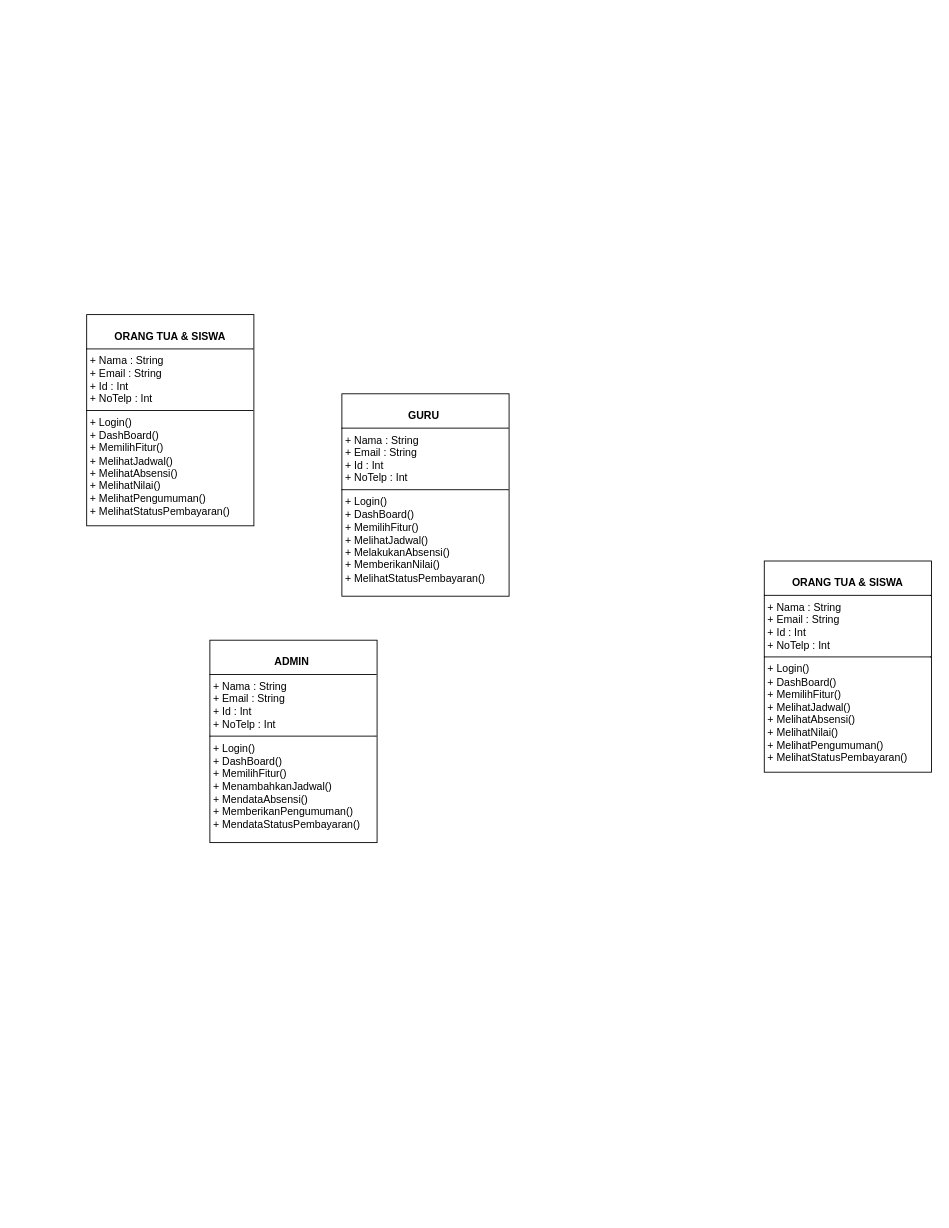
Above: newclassdiagram.drawio in DekJus/kakajaja (draw.io), before the change. Source tidied: cells renumbered, new cells numbered last; positions are measured from the earlier drawing's top-left corner, leaving out a move shared by most shapes. Both pictures are drawn from the tidied source at 88%, with x=0, y=0 at pixel (86, 314).
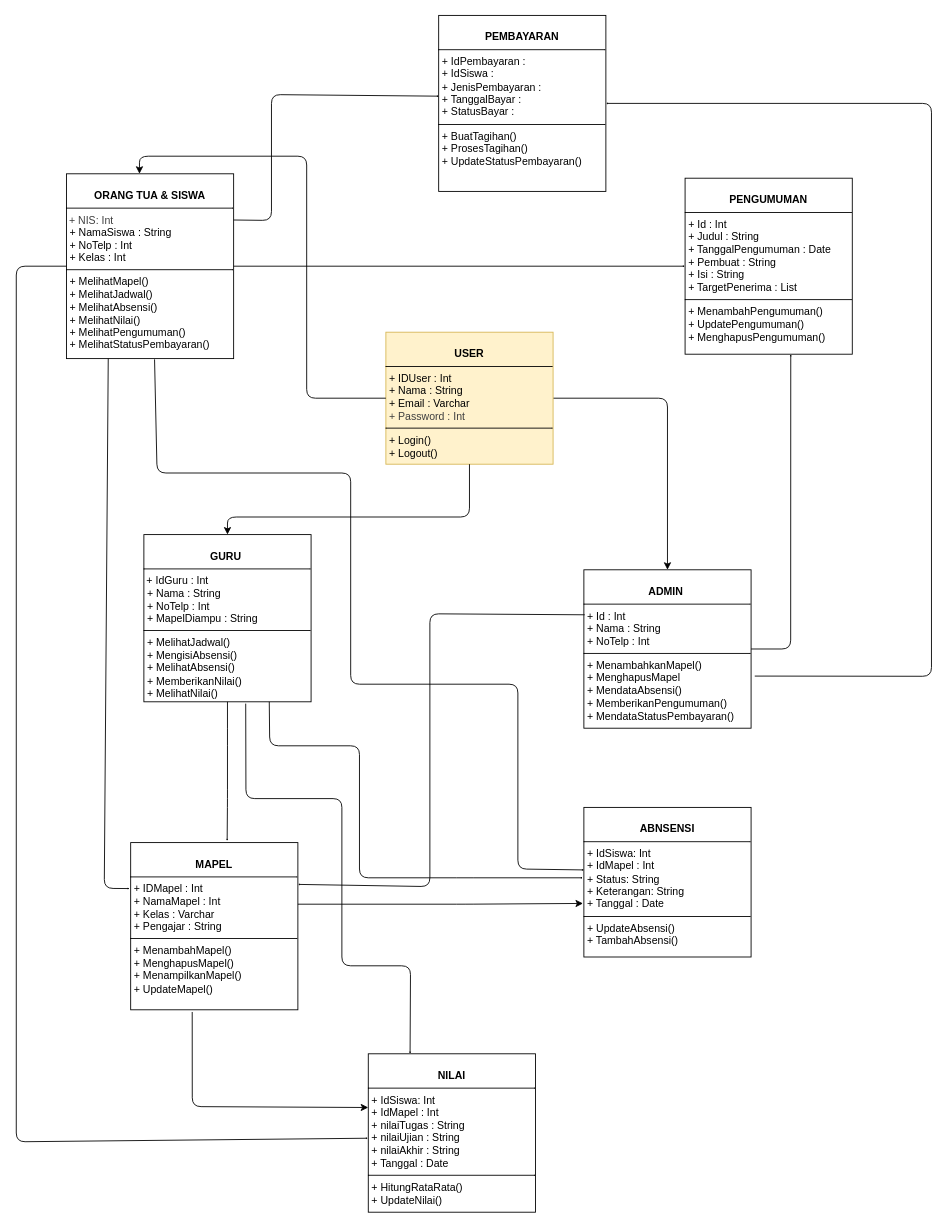
The same page after the edit.

Commit message:
class diagram v.2

Change to the diagram source:
```diff
@@
-    <mxCell id="2" value="&lt;p style=&quot;margin:0px;margin-top:4px;text-align:center;&quot;&gt;&lt;br&gt;&lt;b&gt;ORANG TUA &amp;amp; SISWA&lt;/b&gt;&lt;/p&gt;&lt;hr size=&quot;1&quot; style=&quot;border-style:solid;&quot;&gt;&lt;p style=&quot;margin:0px;margin-left:4px;&quot;&gt;+ Nama : String&lt;/p&gt;&lt;p style=&quot;margin:0px;margin-left:4px;&quot;&gt;+ Email : String&lt;br&gt;+ Id : Int&lt;/p&gt;&lt;p style=&quot;margin:0px;margin-left:4px;&quot;&gt;+ NoTelp : Int&lt;/p&gt;&lt;hr size=&quot;1&quot; style=&quot;border-style:solid;&quot;&gt;&lt;p style=&quot;margin:0px;margin-left:4px;&quot;&gt;+ Login()&lt;br&gt;+ DashBoard()&lt;/p&gt;&lt;p style=&quot;margin:0px;margin-left:4px;&quot;&gt;+ MemilihFitur()&lt;/p&gt;&lt;p style=&quot;margin:0px;margin-left:4px;&quot;&gt;+ MelihatJadwal()&lt;/p&gt;&lt;p style=&quot;margin:0px;margin-left:4px;&quot;&gt;+ MelihatAbsensi()&lt;/p&gt;&lt;p style=&quot;margin:0px;margin-left:4px;&quot;&gt;+ MelihatNilai()&lt;/p&gt;&lt;p style=&quot;margin:0px;margin-left:4px;&quot;&gt;+ MelihatPengumuman()&lt;/p&gt;&lt;p style=&quot;margin:0px;margin-left:4px;&quot;&gt;+ MelihatStatusPembayaran()&lt;/p&gt;&lt;p style=&quot;margin:0px;margin-left:4px;&quot;&gt;&lt;br&gt;&lt;/p&gt;" style="verticalAlign=top;align=left;overflow=fill;html=1;whiteSpace=wrap;" parent="1" vertex="1">
-      <mxGeometry width="190" height="240" as="geometry" />
+    <mxCell id="2" value="&lt;p style=&quot;margin:0px;margin-top:4px;text-align:center;&quot;&gt;&lt;br&gt;&lt;b&gt;ORANG TUA &amp;amp; SISWA&lt;/b&gt;&lt;/p&gt;&lt;hr size=&quot;1&quot; style=&quot;border-style:solid;&quot;&gt;&lt;span style=&quot;color: rgb(63, 63, 63);&quot;&gt;&amp;nbsp;+ NIS: Int&lt;/span&gt;&lt;br&gt;&lt;p style=&quot;margin:0px;margin-left:4px;&quot;&gt;+ NamaSiswa : String&lt;/p&gt;&lt;p style=&quot;margin:0px;margin-left:4px;&quot;&gt;+ NoTelp : Int&lt;/p&gt;&lt;p style=&quot;margin:0px;margin-left:4px;&quot;&gt;+ Kelas : Int&lt;/p&gt;&lt;hr size=&quot;1&quot; style=&quot;border-style:solid;&quot;&gt;&lt;p style=&quot;margin:0px;margin-left:4px;&quot;&gt;+ MelihatMapel()&lt;/p&gt;&lt;p style=&quot;margin:0px;margin-left:4px;&quot;&gt;+ MelihatJadwal()&lt;/p&gt;&lt;p style=&quot;margin:0px;margin-left:4px;&quot;&gt;+ MelihatAbsensi()&lt;/p&gt;&lt;p style=&quot;margin:0px;margin-left:4px;&quot;&gt;+ MelihatNilai()&lt;/p&gt;&lt;p style=&quot;margin:0px;margin-left:4px;&quot;&gt;+ MelihatPengumuman()&lt;/p&gt;&lt;p style=&quot;margin:0px;margin-left:4px;&quot;&gt;+ MelihatStatusPembayaran()&lt;/p&gt;&lt;p style=&quot;margin:0px;margin-left:4px;&quot;&gt;&lt;br&gt;&lt;/p&gt;" style="verticalAlign=top;align=left;overflow=fill;html=1;whiteSpace=wrap;" parent="1" vertex="1">
+      <mxGeometry x="-23" y="-160" width="190" height="210" as="geometry" />
     </mxCell>
-    <mxCell id="3" value="&lt;p style=&quot;margin:0px;margin-top:4px;text-align:center;&quot;&gt;&lt;br&gt;&lt;b&gt;GURU&amp;nbsp;&lt;/b&gt;&lt;/p&gt;&lt;hr size=&quot;1&quot; style=&quot;border-style:solid;&quot;&gt;&lt;p style=&quot;margin:0px;margin-left:4px;&quot;&gt;+ Nama : String&lt;/p&gt;&lt;p style=&quot;margin:0px;margin-left:4px;&quot;&gt;+ Email : String&lt;br&gt;+ Id : Int&lt;/p&gt;&lt;p style=&quot;margin:0px;margin-left:4px;&quot;&gt;+ NoTelp : Int&lt;/p&gt;&lt;hr size=&quot;1&quot; style=&quot;border-style:solid;&quot;&gt;&lt;p style=&quot;margin:0px;margin-left:4px;&quot;&gt;+ Login()&lt;br&gt;+ DashBoard()&lt;/p&gt;&lt;p style=&quot;margin:0px;margin-left:4px;&quot;&gt;+ MemilihFitur()&lt;/p&gt;&lt;p style=&quot;margin:0px;margin-left:4px;&quot;&gt;+ MelihatJadwal()&lt;/p&gt;&lt;p style=&quot;margin:0px;margin-left:4px;&quot;&gt;+ MelakukanAbsensi()&lt;/p&gt;&lt;p style=&quot;margin:0px;margin-left:4px;&quot;&gt;+ MemberikanNilai()&lt;/p&gt;&lt;p style=&quot;margin:0px;margin-left:4px;&quot;&gt;+ MelihatStatusPembayaran()&lt;/p&gt;&lt;p style=&quot;margin:0px;margin-left:4px;&quot;&gt;&lt;br&gt;&lt;/p&gt;" style="verticalAlign=top;align=left;overflow=fill;html=1;whiteSpace=wrap;" parent="1" vertex="1">
-      <mxGeometry x="290" y="90" width="190" height="230" as="geometry" />
+    <mxCell id="3" value="&lt;p style=&quot;margin:0px;margin-top:4px;text-align:center;&quot;&gt;&lt;br&gt;&lt;b&gt;GURU&amp;nbsp;&lt;/b&gt;&lt;/p&gt;&lt;hr size=&quot;1&quot; style=&quot;border-style:solid;&quot;&gt;&amp;nbsp;+ IdGuru : Int&lt;br&gt;&lt;p style=&quot;margin:0px;margin-left:4px;&quot;&gt;+ Nama : String&lt;/p&gt;&lt;p style=&quot;margin:0px;margin-left:4px;&quot;&gt;+ NoTelp : Int&lt;/p&gt;&lt;p style=&quot;margin:0px;margin-left:4px;&quot;&gt;+ MapelDiampu : String&lt;/p&gt;&lt;hr size=&quot;1&quot; style=&quot;border-style:solid;&quot;&gt;&lt;p style=&quot;margin:0px;margin-left:4px;&quot;&gt;&lt;span style=&quot;background-color: transparent;&quot;&gt;+ MelihatJadwal()&lt;/span&gt;&lt;/p&gt;&lt;p style=&quot;margin:0px;margin-left:4px;&quot;&gt;+ MengisiAbsensi()&lt;/p&gt;&lt;p style=&quot;margin:0px;margin-left:4px;&quot;&gt;+ MelihatAbsensi()&lt;/p&gt;&lt;p style=&quot;margin:0px;margin-left:4px;&quot;&gt;+ MemberikanNilai()&lt;/p&gt;&lt;p style=&quot;margin:0px;margin-left:4px;&quot;&gt;+ MelihatNilai()&lt;/p&gt;&lt;p style=&quot;margin:0px;margin-left:4px;&quot;&gt;&lt;br&gt;&lt;/p&gt;&lt;p style=&quot;margin:0px;margin-left:4px;&quot;&gt;&lt;br&gt;&lt;/p&gt;" style="verticalAlign=top;align=left;overflow=fill;html=1;whiteSpace=wrap;" parent="1" vertex="1">
+      <mxGeometry x="65" y="250" width="190" height="190" as="geometry" />
     </mxCell>
-    <mxCell id="4" value="&lt;p style=&quot;margin:0px;margin-top:4px;text-align:center;&quot;&gt;&lt;br&gt;&lt;b&gt;ADMIN&amp;nbsp;&lt;/b&gt;&lt;/p&gt;&lt;hr size=&quot;1&quot; style=&quot;border-style:solid;&quot;&gt;&lt;p style=&quot;margin:0px;margin-left:4px;&quot;&gt;+ Nama : String&lt;/p&gt;&lt;p style=&quot;margin:0px;margin-left:4px;&quot;&gt;+ Email : String&lt;br&gt;+ Id : Int&lt;/p&gt;&lt;p style=&quot;margin:0px;margin-left:4px;&quot;&gt;+ NoTelp : Int&lt;/p&gt;&lt;hr size=&quot;1&quot; style=&quot;border-style:solid;&quot;&gt;&lt;p style=&quot;margin:0px;margin-left:4px;&quot;&gt;+ Login()&lt;br&gt;+ DashBoard()&lt;/p&gt;&lt;p style=&quot;margin:0px;margin-left:4px;&quot;&gt;+ MemilihFitur()&lt;/p&gt;&lt;p style=&quot;margin:0px;margin-left:4px;&quot;&gt;+ MenambahkanJadwal()&lt;/p&gt;&lt;p style=&quot;margin:0px;margin-left:4px;&quot;&gt;+ MendataAbsensi()&lt;/p&gt;&lt;p style=&quot;margin:0px;margin-left:4px;&quot;&gt;+ MemberikanPengumuman()&lt;/p&gt;&lt;p style=&quot;margin:0px;margin-left:4px;&quot;&gt;+ MendataStatusPembayaran()&lt;/p&gt;&lt;p style=&quot;margin:0px;margin-left:4px;&quot;&gt;&lt;br&gt;&lt;/p&gt;" style="verticalAlign=top;align=left;overflow=fill;html=1;whiteSpace=wrap;" parent="1" vertex="1">
-      <mxGeometry x="140" y="370" width="190" height="230" as="geometry" />
+    <mxCell id="4" value="&lt;p style=&quot;margin:0px;margin-top:4px;text-align:center;&quot;&gt;&lt;br&gt;&lt;b&gt;ADMIN&amp;nbsp;&lt;/b&gt;&lt;/p&gt;&lt;hr size=&quot;1&quot; style=&quot;border-style:solid;&quot;&gt;&lt;p style=&quot;margin: 0px 0px 0px 4px;&quot;&gt;+ Id : Int&lt;/p&gt;&lt;p style=&quot;margin:0px;margin-left:4px;&quot;&gt;+ Nama : String&lt;/p&gt;&lt;p style=&quot;margin:0px;margin-left:4px;&quot;&gt;&lt;span style=&quot;background-color: transparent;&quot;&gt;+ NoTelp : Int&lt;/span&gt;&lt;/p&gt;&lt;hr size=&quot;1&quot; style=&quot;border-style:solid;&quot;&gt;&lt;p style=&quot;margin:0px;margin-left:4px;&quot;&gt;&lt;span style=&quot;background-color: transparent;&quot;&gt;+ MenambahkanMapel()&lt;/span&gt;&lt;/p&gt;&lt;p style=&quot;margin:0px;margin-left:4px;&quot;&gt;&lt;span style=&quot;background-color: transparent;&quot;&gt;+ MenghapusMapel&lt;/span&gt;&lt;/p&gt;&lt;p style=&quot;margin:0px;margin-left:4px;&quot;&gt;+ MendataAbsensi()&lt;/p&gt;&lt;p style=&quot;margin:0px;margin-left:4px;&quot;&gt;+ MemberikanPengumuman()&lt;/p&gt;&lt;p style=&quot;margin:0px;margin-left:4px;&quot;&gt;+ MendataStatusPembayaran()&lt;/p&gt;&lt;p style=&quot;margin:0px;margin-left:4px;&quot;&gt;&lt;br&gt;&lt;/p&gt;" style="verticalAlign=top;align=left;overflow=fill;html=1;whiteSpace=wrap;" parent="1" vertex="1">
+      <mxGeometry x="565" y="290" width="190" height="180" as="geometry" />
     </mxCell>
-    <mxCell id="5" value="&lt;p style=&quot;margin:0px;margin-top:4px;text-align:center;&quot;&gt;&lt;br&gt;&lt;b&gt;ORANG TUA &amp;amp; SISWA&lt;/b&gt;&lt;/p&gt;&lt;hr size=&quot;1&quot; style=&quot;border-style:solid;&quot;&gt;&lt;p style=&quot;margin:0px;margin-left:4px;&quot;&gt;+ Nama : String&lt;/p&gt;&lt;p style=&quot;margin:0px;margin-left:4px;&quot;&gt;+ Email : String&lt;br&gt;+ Id : Int&lt;/p&gt;&lt;p style=&quot;margin:0px;margin-left:4px;&quot;&gt;+ NoTelp : Int&lt;/p&gt;&lt;hr size=&quot;1&quot; style=&quot;border-style:solid;&quot;&gt;&lt;p style=&quot;margin:0px;margin-left:4px;&quot;&gt;+ Login()&lt;br&gt;+ DashBoard()&lt;/p&gt;&lt;p style=&quot;margin:0px;margin-left:4px;&quot;&gt;+ MemilihFitur()&lt;/p&gt;&lt;p style=&quot;margin:0px;margin-left:4px;&quot;&gt;+ MelihatJadwal()&lt;/p&gt;&lt;p style=&quot;margin:0px;margin-left:4px;&quot;&gt;+ MelihatAbsensi()&lt;/p&gt;&lt;p style=&quot;margin:0px;margin-left:4px;&quot;&gt;+ MelihatNilai()&lt;/p&gt;&lt;p style=&quot;margin:0px;margin-left:4px;&quot;&gt;+ MelihatPengumuman()&lt;/p&gt;&lt;p style=&quot;margin:0px;margin-left:4px;&quot;&gt;+ MelihatStatusPembayaran()&lt;/p&gt;&lt;p style=&quot;margin:0px;margin-left:4px;&quot;&gt;&lt;br&gt;&lt;/p&gt;" style="verticalAlign=top;align=left;overflow=fill;html=1;whiteSpace=wrap;" parent="1" vertex="1">
-      <mxGeometry x="770" y="280" width="190" height="240" as="geometry" />
-    </mxCell>
+    <mxCell id="6" value="&lt;p style=&quot;margin:0px;margin-top:4px;text-align:center;&quot;&gt;&lt;br&gt;&lt;b&gt;MAPEL&lt;/b&gt;&lt;/p&gt;&lt;hr size=&quot;1&quot; style=&quot;border-style:solid;&quot;&gt;&lt;p style=&quot;margin:0px;margin-left:4px;&quot;&gt;+ IDMapel : Int&lt;/p&gt;&lt;p style=&quot;margin:0px;margin-left:4px;&quot;&gt;+ NamaMapel : Int&lt;/p&gt;&lt;p style=&quot;margin:0px;margin-left:4px;&quot;&gt;+ Kelas : Varchar&lt;/p&gt;&lt;p style=&quot;margin:0px;margin-left:4px;&quot;&gt;+ Pengajar : String&lt;/p&gt;&lt;hr size=&quot;1&quot; style=&quot;border-style:solid;&quot;&gt;&lt;p style=&quot;margin:0px;margin-left:4px;&quot;&gt;+ MenambahMapel()&lt;/p&gt;&lt;p style=&quot;margin:0px;margin-left:4px;&quot;&gt;+ MenghapusMapel()&lt;/p&gt;&lt;p style=&quot;margin:0px;margin-left:4px;&quot;&gt;+ MenampilkanMapel()&lt;/p&gt;&lt;p style=&quot;margin:0px;margin-left:4px;&quot;&gt;+ UpdateMapel()&lt;/p&gt;&lt;p style=&quot;margin:0px;margin-left:4px;&quot;&gt;&lt;br&gt;&lt;/p&gt;" style="verticalAlign=top;align=left;overflow=fill;html=1;whiteSpace=wrap;" parent="1" vertex="1">
+      <mxGeometry x="50" y="600" width="190" height="190" as="geometry" />
+    </mxCell>
+    <mxCell id="7" style="edgeStyle=none;html=1;entryX=0.5;entryY=0;entryDx=0;entryDy=0;exitX=1;exitY=0.5;exitDx=0;exitDy=0;" parent="1" edge="1" source="8" target="4">
+      <mxGeometry relative="1" as="geometry">
+        <Array as="points">
+          <mxPoint x="660" y="95" />
+        </Array>
+      </mxGeometry>
+    </mxCell>
+    <mxCell id="8" value="&lt;p style=&quot;margin:0px;margin-top:4px;text-align:center;&quot;&gt;&lt;br&gt;&lt;b&gt;USER&lt;/b&gt;&lt;/p&gt;&lt;hr size=&quot;1&quot; style=&quot;border-style:solid;&quot;&gt;&lt;p style=&quot;margin:0px;margin-left:4px;&quot;&gt;+ IDUser : Int&lt;/p&gt;&lt;p style=&quot;margin:0px;margin-left:4px;&quot;&gt;+ Nama : String&lt;/p&gt;&lt;p style=&quot;margin:0px;margin-left:4px;&quot;&gt;+ Email : Varchar&lt;/p&gt;&lt;p style=&quot;margin:0px;margin-left:4px;&quot;&gt;&lt;span style=&quot;color: rgb(63, 63, 63);&quot;&gt;+ Password : Int&lt;/span&gt;&lt;/p&gt;&lt;hr size=&quot;1&quot; style=&quot;border-style:solid;&quot;&gt;&lt;p style=&quot;margin:0px;margin-left:4px;&quot;&gt;+ Login()&lt;br&gt;+ Logout()&lt;/p&gt;&lt;p style=&quot;margin:0px;margin-left:4px;&quot;&gt;&lt;br&gt;&lt;/p&gt;" style="verticalAlign=top;align=left;overflow=fill;html=1;whiteSpace=wrap;fillColor=#fff2cc;strokeColor=#d6b656;" parent="1" vertex="1">
+      <mxGeometry x="340" y="20" width="190" height="150" as="geometry" />
+    </mxCell>
+    <mxCell id="9" style="edgeStyle=none;html=1;entryX=0.5;entryY=0;entryDx=0;entryDy=0;exitX=0.5;exitY=1;exitDx=0;exitDy=0;" parent="1" edge="1" source="8" target="3">
+      <mxGeometry relative="1" as="geometry">
+        <Array as="points">
+          <mxPoint x="435" y="230" />
+          <mxPoint x="160" y="230" />
+        </Array>
+      </mxGeometry>
+    </mxCell>
+    <mxCell id="10" style="edgeStyle=none;html=1;exitX=0;exitY=0.5;exitDx=0;exitDy=0;" parent="1" edge="1" source="8">
+      <mxGeometry relative="1" as="geometry">
+        <mxPoint x="60" y="-160" as="targetPoint" />
+        <Array as="points">
+          <mxPoint x="250" y="95" />
+          <mxPoint x="250" y="-180" />
+          <mxPoint x="60" y="-180" />
+        </Array>
+      </mxGeometry>
+    </mxCell>
+    <mxCell id="11" style="edgeStyle=none;html=1;exitX=0.25;exitY=1;exitDx=0;exitDy=0;entryX=-0.006;entryY=0.275;entryDx=0;entryDy=0;entryPerimeter=0;endSize=0;" parent="1" edge="1" source="2" target="6">
+      <mxGeometry relative="1" as="geometry">
+        <Array as="points">
+          <mxPoint x="20" y="652" />
+        </Array>
+      </mxGeometry>
+    </mxCell>
+    <mxCell id="12" style="edgeStyle=none;html=1;entryX=0.577;entryY=-0.009;entryDx=0;entryDy=0;entryPerimeter=0;exitX=0.5;exitY=1;exitDx=0;exitDy=0;endSize=0;" parent="1" edge="1" source="3" target="6">
+      <mxGeometry relative="1" as="geometry">
+        <Array as="points">
+          <mxPoint x="160" y="480" />
+          <mxPoint x="160" y="550" />
+        </Array>
+      </mxGeometry>
+    </mxCell>
+    <mxCell id="13" style="edgeStyle=none;html=1;entryX=1;entryY=0.25;entryDx=0;entryDy=0;exitX=0.005;exitY=0.284;exitDx=0;exitDy=0;exitPerimeter=0;endSize=0;" parent="1" edge="1" source="4" target="6">
+      <mxGeometry relative="1" as="geometry">
+        <Array as="points">
+          <mxPoint x="390" y="340" />
+          <mxPoint x="390" y="650" />
+        </Array>
+      </mxGeometry>
+    </mxCell>
+    <mxCell id="14" value="&lt;p style=&quot;margin:0px;margin-top:4px;text-align:center;&quot;&gt;&lt;br&gt;&lt;b&gt;PENGUMUMAN&lt;/b&gt;&lt;/p&gt;&lt;hr size=&quot;1&quot; style=&quot;border-style:solid;&quot;&gt;&lt;p style=&quot;margin:0px;margin-left:4px;&quot;&gt;+ Id : Int&lt;br&gt;&lt;/p&gt;&lt;p style=&quot;margin:0px;margin-left:4px;&quot;&gt;+ Judul : String&lt;/p&gt;&lt;p style=&quot;margin:0px;margin-left:4px;&quot;&gt;+ TanggalPengumuman : Date&lt;/p&gt;&lt;p style=&quot;margin:0px;margin-left:4px;&quot;&gt;+ Pembuat : String&lt;/p&gt;&lt;p style=&quot;margin:0px;margin-left:4px;&quot;&gt;+ Isi : String&lt;/p&gt;&lt;p style=&quot;margin:0px;margin-left:4px;&quot;&gt;+ TargetPenerima : List&lt;/p&gt;&lt;hr size=&quot;1&quot; style=&quot;border-style:solid;&quot;&gt;&lt;p style=&quot;margin:0px;margin-left:4px;&quot;&gt;+ MenambahPengumuman()&lt;/p&gt;&lt;p style=&quot;margin:0px;margin-left:4px;&quot;&gt;+ UpdatePengumuman()&lt;/p&gt;&lt;p style=&quot;margin:0px;margin-left:4px;&quot;&gt;+ MenghapusPengumuman()&lt;/p&gt;&lt;p style=&quot;margin:0px;margin-left:4px;&quot;&gt;&lt;br&gt;&lt;/p&gt;" style="verticalAlign=top;align=left;overflow=fill;html=1;whiteSpace=wrap;" parent="1" vertex="1">
+      <mxGeometry x="680" y="-155" width="190" height="200" as="geometry" />
+    </mxCell>
+    <mxCell id="15" value="&lt;p style=&quot;margin:0px;margin-top:4px;text-align:center;&quot;&gt;&lt;br&gt;&lt;b&gt;PEMBAYARAN&lt;/b&gt;&lt;/p&gt;&lt;hr size=&quot;1&quot; style=&quot;border-style:solid;&quot;&gt;&lt;p style=&quot;margin:0px;margin-left:4px;&quot;&gt;+ IdPembayaran :&amp;nbsp;&lt;br&gt;&lt;/p&gt;&lt;p style=&quot;margin:0px;margin-left:4px;&quot;&gt;+ IdSiswa :&amp;nbsp;&lt;/p&gt;&lt;p style=&quot;margin:0px;margin-left:4px;&quot;&gt;+ JenisPembayaran :&lt;/p&gt;&lt;p style=&quot;margin:0px;margin-left:4px;&quot;&gt;+ TanggalBayar :&amp;nbsp;&lt;/p&gt;&lt;p style=&quot;margin:0px;margin-left:4px;&quot;&gt;+ StatusBayar :&lt;/p&gt;&lt;hr size=&quot;1&quot; style=&quot;border-style:solid;&quot;&gt;&lt;p style=&quot;margin:0px;margin-left:4px;&quot;&gt;+ BuatTagihan()&lt;/p&gt;&lt;p style=&quot;margin:0px;margin-left:4px;&quot;&gt;&lt;span style=&quot;background-color: transparent;&quot;&gt;+ ProsesTagihan()&lt;/span&gt;&lt;/p&gt;&lt;p style=&quot;margin:0px;margin-left:4px;&quot;&gt;+ UpdateStatusPembayaran()&lt;/p&gt;&lt;p style=&quot;margin:0px;margin-left:4px;&quot;&gt;&lt;br&gt;&lt;/p&gt;" style="verticalAlign=top;align=left;overflow=fill;html=1;whiteSpace=wrap;" parent="1" vertex="1">
+      <mxGeometry x="400" y="-340" width="190" height="200" as="geometry" />
+    </mxCell>
+    <mxCell id="16" value="&lt;p style=&quot;margin:0px;margin-top:4px;text-align:center;&quot;&gt;&lt;br&gt;&lt;b&gt;ABNSENSI&lt;/b&gt;&lt;/p&gt;&lt;hr size=&quot;1&quot; style=&quot;border-style:solid;&quot;&gt;&lt;p style=&quot;margin:0px;margin-left:4px;&quot;&gt;+ IdSiswa: Int&lt;br&gt;&lt;/p&gt;&lt;p style=&quot;margin:0px;margin-left:4px;&quot;&gt;+ IdMapel : Int&lt;/p&gt;&lt;p style=&quot;margin:0px;margin-left:4px;&quot;&gt;+ Status: String&lt;/p&gt;&lt;p style=&quot;margin:0px;margin-left:4px;&quot;&gt;+ Keterangan: String&lt;/p&gt;&lt;p style=&quot;margin:0px;margin-left:4px;&quot;&gt;+ Tanggal : Date&lt;/p&gt;&lt;hr size=&quot;1&quot; style=&quot;border-style:solid;&quot;&gt;&lt;p style=&quot;margin:0px;margin-left:4px;&quot;&gt;&lt;span style=&quot;background-color: transparent;&quot;&gt;+ UpdateAbsensi()&lt;/span&gt;&lt;/p&gt;&lt;p style=&quot;margin:0px;margin-left:4px;&quot;&gt;+ TambahAbsensi()&lt;/p&gt;&lt;p style=&quot;margin:0px;margin-left:4px;&quot;&gt;&lt;br&gt;&lt;/p&gt;" style="verticalAlign=top;align=left;overflow=fill;html=1;whiteSpace=wrap;" parent="1" vertex="1">
+      <mxGeometry x="565" y="560" width="190" height="170" as="geometry" />
+    </mxCell>
+    <mxCell id="17" value="&lt;p style=&quot;margin:0px;margin-top:4px;text-align:center;&quot;&gt;&lt;br&gt;&lt;b&gt;NILAI&lt;/b&gt;&lt;/p&gt;&lt;hr size=&quot;1&quot; style=&quot;border-style:solid;&quot;&gt;&lt;p style=&quot;margin:0px;margin-left:4px;&quot;&gt;+ IdSiswa: Int&lt;br&gt;&lt;/p&gt;&lt;p style=&quot;margin:0px;margin-left:4px;&quot;&gt;+ IdMapel : Int&lt;/p&gt;&lt;p style=&quot;margin:0px;margin-left:4px;&quot;&gt;+ nilaiTugas : String&lt;/p&gt;&lt;p style=&quot;margin:0px;margin-left:4px;&quot;&gt;+ nilaiUjian : String&lt;/p&gt;&lt;p style=&quot;margin:0px;margin-left:4px;&quot;&gt;+ nilaiAkhir : String&lt;/p&gt;&lt;p style=&quot;margin:0px;margin-left:4px;&quot;&gt;+ Tanggal : Date&lt;/p&gt;&lt;hr size=&quot;1&quot; style=&quot;border-style:solid;&quot;&gt;&lt;p style=&quot;margin:0px;margin-left:4px;&quot;&gt;&lt;span style=&quot;background-color: transparent;&quot;&gt;+ HitungRataRata()&lt;/span&gt;&lt;/p&gt;&lt;p style=&quot;margin:0px;margin-left:4px;&quot;&gt;+ UpdateNilai()&lt;/p&gt;&lt;p style=&quot;margin:0px;margin-left:4px;&quot;&gt;&lt;br&gt;&lt;/p&gt;" style="verticalAlign=top;align=left;overflow=fill;html=1;whiteSpace=wrap;" parent="1" vertex="1">
+      <mxGeometry x="320" y="840" width="190" height="180" as="geometry" />
+    </mxCell>
+    <mxCell id="18" style="edgeStyle=none;html=1;exitX=0;exitY=0.5;exitDx=0;exitDy=0;entryX=-0.001;entryY=0.533;entryDx=0;entryDy=0;entryPerimeter=0;endSize=0;" parent="1" edge="1" source="2" target="17">
+      <mxGeometry relative="1" as="geometry">
+        <Array as="points">
+          <mxPoint x="-80" y="-55" />
+          <mxPoint x="-80" y="940" />
+        </Array>
+      </mxGeometry>
+    </mxCell>
+    <mxCell id="19" style="edgeStyle=none;html=1;entryX=0;entryY=0.339;entryDx=0;entryDy=0;entryPerimeter=0;exitX=0.368;exitY=1.013;exitDx=0;exitDy=0;exitPerimeter=0;" parent="1" edge="1" source="6" target="17">
+      <mxGeometry relative="1" as="geometry">
+        <Array as="points">
+          <mxPoint x="120" y="900" />
+        </Array>
+      </mxGeometry>
+    </mxCell>
+    <mxCell id="20" style="edgeStyle=none;html=1;exitX=0.609;exitY=1.011;exitDx=0;exitDy=0;entryX=0.25;entryY=0;entryDx=0;entryDy=0;exitPerimeter=0;endSize=0;" parent="1" edge="1" source="3" target="17">
+      <mxGeometry relative="1" as="geometry">
+        <Array as="points">
+          <mxPoint x="181" y="550" />
+          <mxPoint x="290" y="550" />
+          <mxPoint x="290" y="740" />
+          <mxPoint x="368" y="740" />
+        </Array>
+      </mxGeometry>
+    </mxCell>
+    <mxCell id="21" style="edgeStyle=none;html=1;exitX=0.75;exitY=1;exitDx=0;exitDy=0;endSize=0;" parent="1" edge="1" source="3">
+      <mxGeometry relative="1" as="geometry">
+        <mxPoint x="564" y="640" as="targetPoint" />
+        <Array as="points">
+          <mxPoint x="208" y="490" />
+          <mxPoint x="310" y="490" />
+          <mxPoint x="310" y="640" />
+          <mxPoint x="430" y="640" />
+        </Array>
+      </mxGeometry>
+    </mxCell>
+    <mxCell id="22" style="edgeStyle=none;html=1;entryX=0.002;entryY=0.418;entryDx=0;entryDy=0;entryPerimeter=0;exitX=0.527;exitY=1.004;exitDx=0;exitDy=0;exitPerimeter=0;endSize=0;" parent="1" edge="1" source="2" target="16">
+      <mxGeometry relative="1" as="geometry">
+        <Array as="points">
+          <mxPoint x="80" y="180" />
+          <mxPoint x="300" y="180" />
+          <mxPoint x="300" y="420" />
+          <mxPoint x="490" y="420" />
+          <mxPoint x="490" y="630" />
+        </Array>
+      </mxGeometry>
+    </mxCell>
+    <mxCell id="23" style="edgeStyle=none;html=1;entryX=-0.005;entryY=0.642;entryDx=0;entryDy=0;entryPerimeter=0;" parent="1" edge="1" target="16">
+      <mxGeometry relative="1" as="geometry">
+        <mxPoint x="240" y="670" as="sourcePoint" />
+        <Array as="points">
+          <mxPoint x="430" y="670" />
+        </Array>
+      </mxGeometry>
+    </mxCell>
+    <mxCell id="24" style="edgeStyle=none;html=1;exitX=1;exitY=0.5;exitDx=0;exitDy=0;entryX=0.632;entryY=1;entryDx=0;entryDy=0;entryPerimeter=0;endSize=0;" parent="1" edge="1" source="4" target="14">
+      <mxGeometry relative="1" as="geometry">
+        <Array as="points">
+          <mxPoint x="800" y="380" />
+        </Array>
+      </mxGeometry>
+    </mxCell>
+    <mxCell id="25" style="edgeStyle=none;html=1;exitX=1;exitY=0.5;exitDx=0;exitDy=0;entryX=0;entryY=0.5;entryDx=0;entryDy=0;endSize=0;" parent="1" edge="1" source="2" target="14">
+      <mxGeometry relative="1" as="geometry" />
+    </mxCell>
+    <mxCell id="26" style="edgeStyle=none;html=1;exitX=1;exitY=0.25;exitDx=0;exitDy=0;entryX=0.003;entryY=0.459;entryDx=0;entryDy=0;entryPerimeter=0;endSize=0;" parent="1" edge="1" source="2" target="15">
+      <mxGeometry relative="1" as="geometry">
+        <Array as="points">
+          <mxPoint x="210" y="-107" />
+          <mxPoint x="210" y="-250" />
+        </Array>
+      </mxGeometry>
+    </mxCell>
+    <mxCell id="27" style="edgeStyle=none;html=1;exitX=1.022;exitY=0.671;exitDx=0;exitDy=0;entryX=1;entryY=0.5;entryDx=0;entryDy=0;exitPerimeter=0;endSize=0;" parent="1" edge="1" source="4" target="15">
+      <mxGeometry relative="1" as="geometry">
+        <Array as="points">
+          <mxPoint x="960" y="411" />
+          <mxPoint x="960" y="-240" />
+        </Array>
+      </mxGeometry>
+    </mxCell>
```
